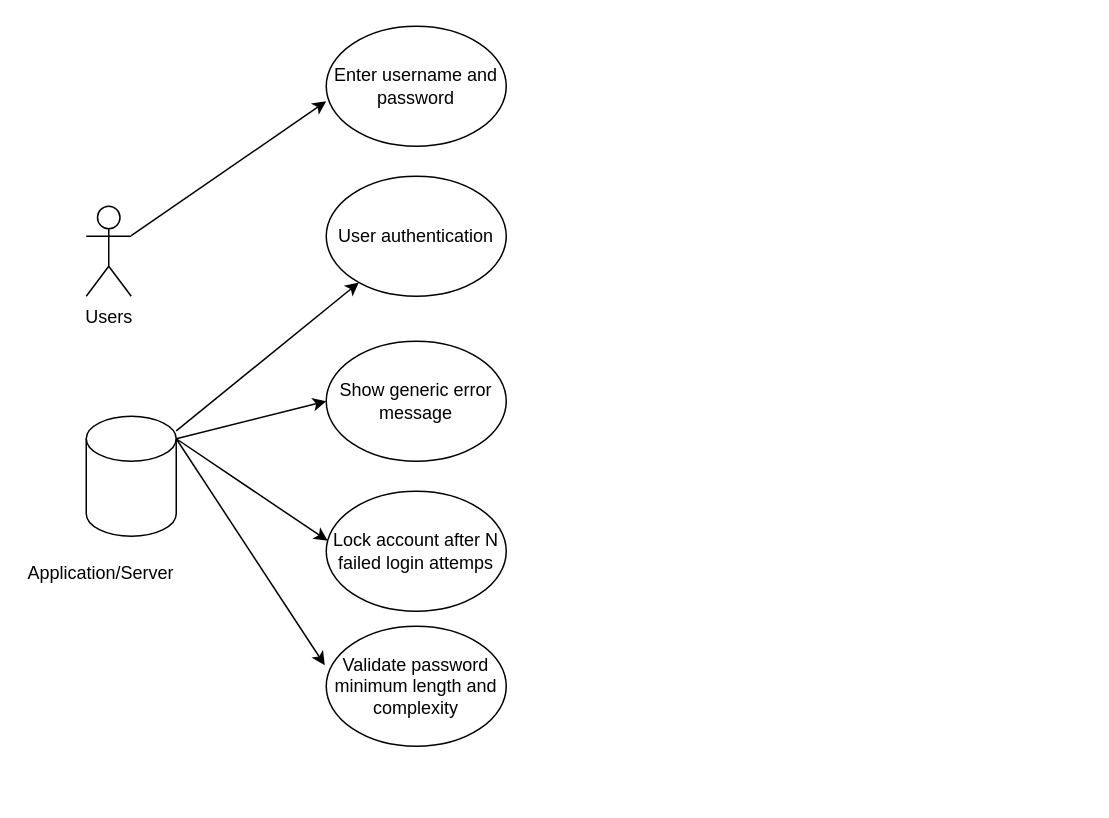
cychenyao/bjfmgr keeps this draw.io diagram as Untitled Diagram1.drawio. Above is the earlier version. Source tidied: cells renumbered, new cells numbered last; positions are measured from the earlier drawing's top-left corner, leaving out a move shared by most shapes. Both pictures are drawn from the tidied source at 150%, with x=0, y=0 at pixel (26, 26).
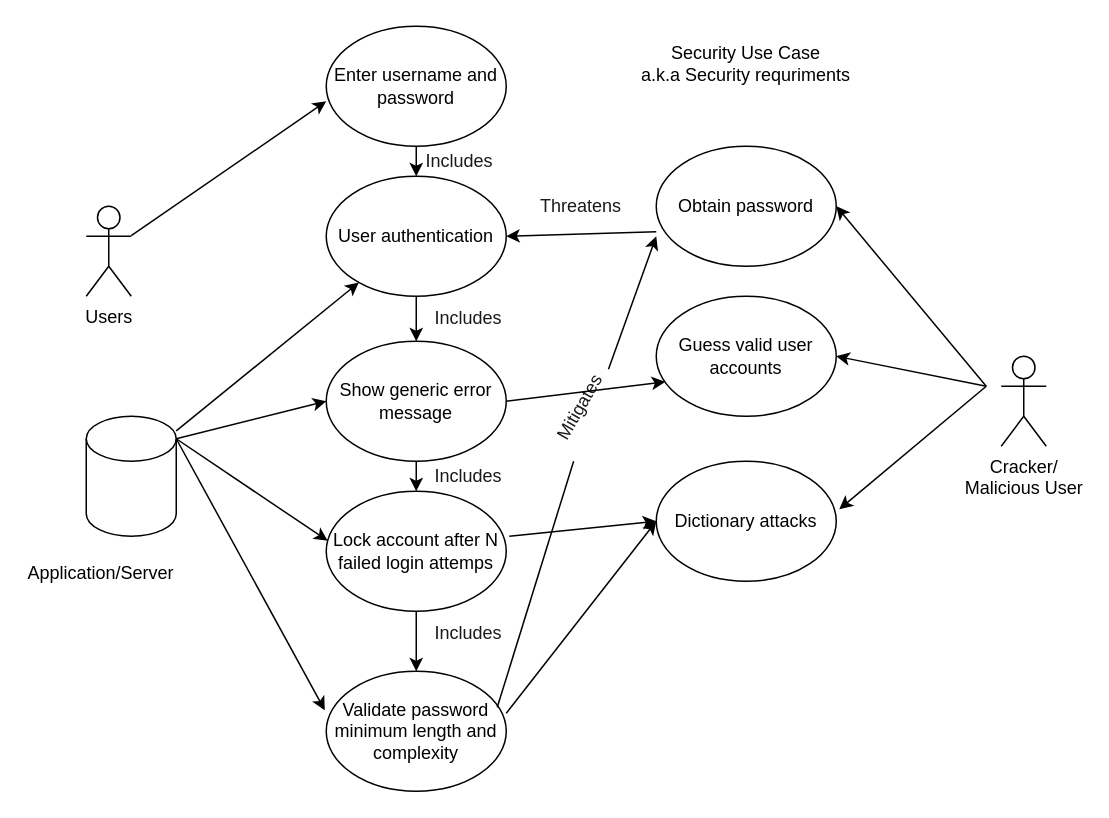
The same diagram, later.

The change refers to these unchanged cells:
```xml
<mxCell id="4" value="Enter username and password" style="ellipse;whiteSpace=wrap;html=1;" parent="1" vertex="1">
  <mxGeometry x="200" width="120" height="80" as="geometry" />
</mxCell>
<mxCell id="5" value="User authentication" style="ellipse;whiteSpace=wrap;html=1;" parent="1" vertex="1">
  <mxGeometry x="200" y="100" width="120" height="80" as="geometry" />
</mxCell>
<mxCell id="6" value="Show generic error message" style="ellipse;whiteSpace=wrap;html=1;" parent="1" vertex="1">
  <mxGeometry x="200" y="210" width="120" height="80" as="geometry" />
</mxCell>
<mxCell id="7" value="Lock account after N failed login attemps" style="ellipse;whiteSpace=wrap;html=1;" parent="1" vertex="1">
  <mxGeometry x="200" y="310" width="120" height="80" as="geometry" />
</mxCell>
```

The edit, as a diff of the source:
```diff
@@
     <mxCell id="8" value="Validate password minimum length and complexity " style="ellipse;whiteSpace=wrap;html=1;" parent="1" vertex="1">
-      <mxGeometry x="200" y="400" width="120" height="80" as="geometry" />
+      <mxGeometry x="200" y="430" width="120" height="80" as="geometry" />
     </mxCell>
@@
+    <mxCell id="15" value="Obtain password" style="ellipse;whiteSpace=wrap;html=1;" parent="1" vertex="1">
+      <mxGeometry x="420" y="80" width="120" height="80" as="geometry" />
+    </mxCell>
+    <mxCell id="16" value="Guess valid user accounts" style="ellipse;whiteSpace=wrap;html=1;" parent="1" vertex="1">
+      <mxGeometry x="420" y="180" width="120" height="80" as="geometry" />
+    </mxCell>
+    <mxCell id="17" value="Dictionary attacks" style="ellipse;whiteSpace=wrap;html=1;" parent="1" vertex="1">
+      <mxGeometry x="420" y="290" width="120" height="80" as="geometry" />
+    </mxCell>
+    <mxCell id="18" value="&lt;div&gt;Security Use Case&lt;/div&gt;&lt;div&gt;a.k.a Security requriments&lt;br&gt;&lt;/div&gt;" style="text;html=1;strokeColor=none;fillColor=none;align=center;verticalAlign=middle;whiteSpace=wrap;rounded=0;" parent="1" vertex="1">
+      <mxGeometry x="390" y="10" width="180" height="30" as="geometry" />
+    </mxCell>
+    <mxCell id="19" style="endArrow=classic;html=1;rounded=0;fontColor=#FF3333;entryX=1;entryY=0.5;entryDx=0;entryDy=0;exitX=0;exitY=0.713;exitDx=0;exitDy=0;exitPerimeter=0;" parent="1" edge="1" source="15" target="5">
+      <mxGeometry relative="1" as="geometry" />
+    </mxCell>
+    <mxCell id="20" style="endArrow=classic;html=1;rounded=0;fontColor=#FF3333;exitX=0.5;exitY=1;exitDx=0;exitDy=0;" parent="1" edge="1" source="4" target="5">
+      <mxGeometry relative="1" as="geometry" />
+    </mxCell>
+    <mxCell id="21" style="endArrow=classic;html=1;rounded=0;fontColor=#FF3333;exitX=0.5;exitY=1;exitDx=0;exitDy=0;entryX=0.5;entryY=0;entryDx=0;entryDy=0;" parent="1" edge="1" source="5" target="6">
+      <mxGeometry relative="1" as="geometry">
+        <Array as="points">
+          <mxPoint x="260" y="190" />
+        </Array>
+      </mxGeometry>
+    </mxCell>
+    <mxCell id="22" style="endArrow=classic;html=1;rounded=0;fontColor=#FF3333;exitX=0.5;exitY=1;exitDx=0;exitDy=0;entryX=0.5;entryY=0;entryDx=0;entryDy=0;" parent="1" edge="1" source="6" target="7">
+      <mxGeometry relative="1" as="geometry" />
+    </mxCell>
+    <mxCell id="23" style="endArrow=classic;html=1;rounded=0;fontColor=#FF3333;exitX=0.5;exitY=1;exitDx=0;exitDy=0;entryX=0.5;entryY=0;entryDx=0;entryDy=0;" parent="1" edge="1" source="7" target="8">
+      <mxGeometry relative="1" as="geometry" />
+    </mxCell>
+    <mxCell id="24" value="&lt;font color=&quot;#1A1A1A&quot;&gt;Includes&lt;/font&gt;" style="text;html=1;strokeColor=none;fillColor=none;align=center;verticalAlign=middle;whiteSpace=wrap;rounded=0;fontColor=#FF3333;" parent="1" vertex="1">
+      <mxGeometry x="259" y="75" width="60" height="30" as="geometry" />
+    </mxCell>
+    <mxCell id="25" value="&lt;font color=&quot;#1A1A1A&quot;&gt;Includes&lt;/font&gt;" style="text;html=1;strokeColor=none;fillColor=none;align=center;verticalAlign=middle;whiteSpace=wrap;rounded=0;fontColor=#FF3333;" parent="1" vertex="1">
+      <mxGeometry x="265" y="180" width="60" height="30" as="geometry" />
+    </mxCell>
+    <mxCell id="26" value="&lt;font color=&quot;#1A1A1A&quot;&gt;Includes&lt;/font&gt;" style="text;html=1;strokeColor=none;fillColor=none;align=center;verticalAlign=middle;whiteSpace=wrap;rounded=0;fontColor=#FF3333;" parent="1" vertex="1">
+      <mxGeometry x="265" y="285" width="60" height="30" as="geometry" />
+    </mxCell>
+    <mxCell id="27" value="&lt;font color=&quot;#1A1A1A&quot;&gt;Includes&lt;/font&gt;" style="text;html=1;strokeColor=none;fillColor=none;align=center;verticalAlign=middle;whiteSpace=wrap;rounded=0;fontColor=#FF3333;" parent="1" vertex="1">
+      <mxGeometry x="265" y="390" width="60" height="30" as="geometry" />
+    </mxCell>
+    <mxCell id="28" value="Threatens" style="text;html=1;strokeColor=none;fillColor=none;align=center;verticalAlign=middle;whiteSpace=wrap;rounded=0;fontColor=#1A1A1A;" parent="1" vertex="1">
+      <mxGeometry x="340" y="105" width="60" height="30" as="geometry" />
+    </mxCell>
+    <mxCell id="29" value="&lt;div&gt;Cracker/&lt;/div&gt;&lt;div&gt;Malicious User&lt;/div&gt;&lt;div&gt;&lt;br&gt;&lt;/div&gt;" style="shape=umlActor;verticalLabelPosition=bottom;verticalAlign=top;html=1;" parent="1" vertex="1">
+      <mxGeometry x="650" y="220" width="30" height="60" as="geometry" />
+    </mxCell>
+    <mxCell id="30" style="endArrow=classic;html=1;rounded=0;fontColor=#1A1A1A;entryX=1;entryY=0.5;entryDx=0;entryDy=0;" parent="1" edge="1" target="15">
+      <mxGeometry relative="1" as="geometry">
+        <mxPoint x="640" y="240" as="sourcePoint" />
+      </mxGeometry>
+    </mxCell>
+    <mxCell id="31" style="endArrow=classic;html=1;rounded=0;fontColor=#1A1A1A;entryX=1;entryY=0.5;entryDx=0;entryDy=0;" parent="1" edge="1" target="16">
+      <mxGeometry relative="1" as="geometry">
+        <mxPoint x="640" y="240" as="sourcePoint" />
+      </mxGeometry>
+    </mxCell>
+    <mxCell id="32" style="endArrow=classic;html=1;rounded=0;fontColor=#1A1A1A;entryX=1.017;entryY=0.4;entryDx=0;entryDy=0;entryPerimeter=0;" parent="1" edge="1" target="17">
+      <mxGeometry relative="1" as="geometry">
+        <mxPoint x="640" y="240" as="sourcePoint" />
+      </mxGeometry>
+    </mxCell>
+    <mxCell id="33" style="endArrow=classic;html=1;rounded=0;fontColor=#1A1A1A;exitX=0.95;exitY=0.3;exitDx=0;exitDy=0;exitPerimeter=0;startArrow=none;" parent="1" edge="1" source="34">
+      <mxGeometry relative="1" as="geometry">
+        <mxPoint x="420" y="140" as="targetPoint" />
+      </mxGeometry>
+    </mxCell>
+    <mxCell id="34" value="&lt;div&gt;Mitigates&lt;/div&gt;&lt;div&gt;&lt;br&gt;&lt;/div&gt;" style="text;html=1;strokeColor=none;fillColor=none;align=center;verticalAlign=middle;whiteSpace=wrap;rounded=0;fontColor=#1A1A1A;rotation=-60;" parent="1" vertex="1">
+      <mxGeometry x="340" y="250" width="70" height="15" as="geometry" />
+    </mxCell>
+    <mxCell id="35" style="endArrow=none;html=1;rounded=0;fontColor=#1A1A1A;exitX=0.95;exitY=0.3;exitDx=0;exitDy=0;exitPerimeter=0;" parent="1" edge="1" source="8" target="34">
+      <mxGeometry relative="1" as="geometry" />
+    </mxCell>
+    <mxCell id="36" style="endArrow=classic;html=1;rounded=0;fontColor=#1A1A1A;exitX=1;exitY=0.5;exitDx=0;exitDy=0;entryX=0.05;entryY=0.713;entryDx=0;entryDy=0;entryPerimeter=0;" parent="1" edge="1" source="6" target="16">
+      <mxGeometry relative="1" as="geometry" />
+    </mxCell>
+    <mxCell id="37" style="endArrow=classic;html=1;rounded=0;fontColor=#1A1A1A;exitX=1.017;exitY=0.375;exitDx=0;exitDy=0;entryX=0;entryY=0.5;entryDx=0;entryDy=0;exitPerimeter=0;" parent="1" edge="1" source="7" target="17">
+      <mxGeometry relative="1" as="geometry" />
+    </mxCell>
+    <mxCell id="38" style="endArrow=classic;html=1;rounded=0;fontColor=#1A1A1A;exitX=1;exitY=0.35;exitDx=0;exitDy=0;entryX=0;entryY=0.5;entryDx=0;entryDy=0;exitPerimeter=0;" parent="1" edge="1" source="8" target="17">
+      <mxGeometry relative="1" as="geometry" />
+    </mxCell>
```
